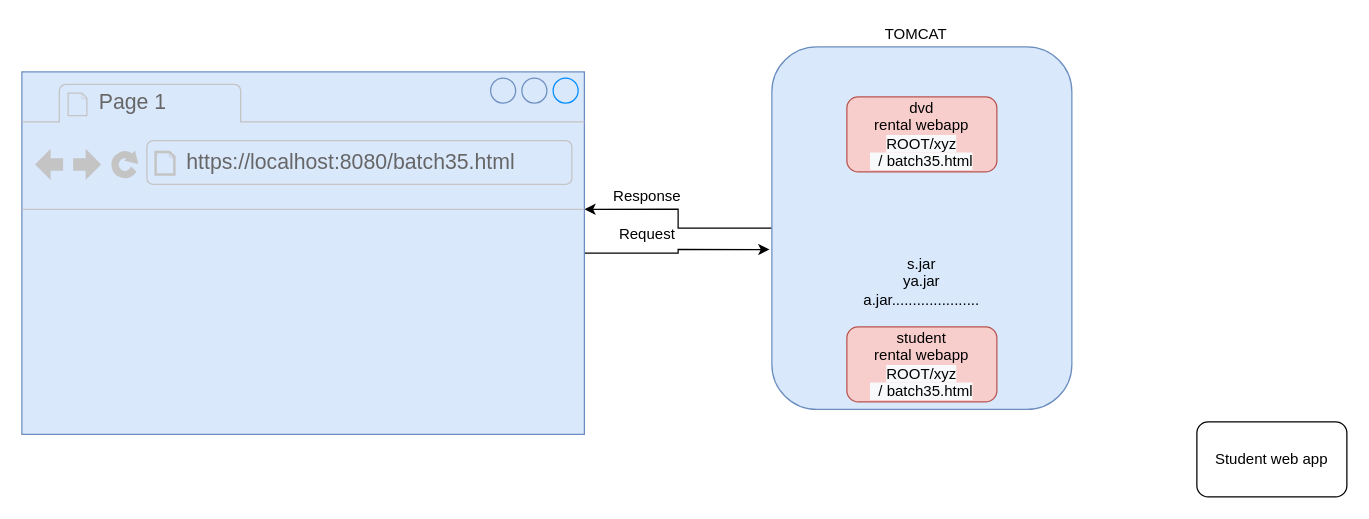
The draw.io diagram page "Tomcat" (8 of 9) of Batch35_Draw.io.drawio in jayramrout/batch35, before the edit. Source tidied: cells renumbered, new cells numbered last; positions are measured from the earlier drawing's top-left corner, leaving out a move shared by most shapes. Both pictures are drawn from the tidied source at 125%, with x=0, y=0 at pixel (21, 21).
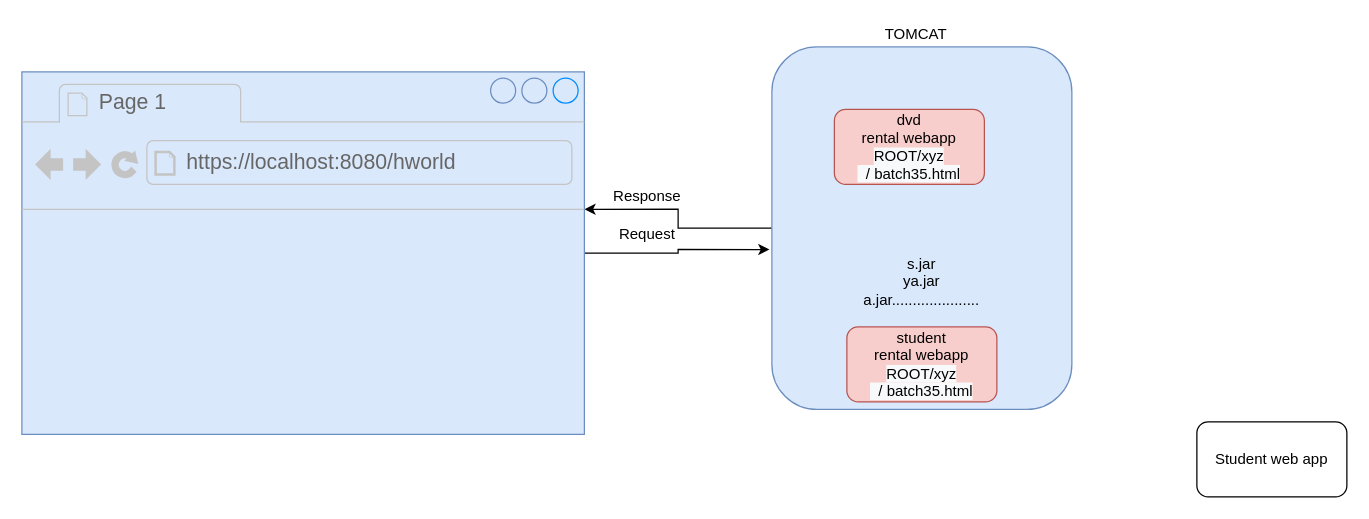
The same diagram, later.

What changed in the source:
```diff
@@
 <mxGraphModel>
   <root>
     <mxCell id="0" />
     <mxCell id="1" parent="0" />
     <mxCell id="2" style="edgeStyle=orthogonalEdgeStyle;rounded=0;jettySize=auto;html=1;entryX=1;entryY=0.379;entryDx=0;entryDy=0;entryPerimeter=0;" parent="1" edge="1" source="3" target="6">
       <mxGeometry relative="1" as="geometry" />
     </mxCell>
     <mxCell id="3" value="&lt;br&gt;&lt;br&gt;&lt;br&gt;&lt;br&gt;&lt;br&gt;&lt;br&gt;s.jar&lt;br&gt;ya.jar&lt;br&gt;a.jar....................." style="rounded=1;whiteSpace=wrap;html=1;fillColor=#dae8fc;strokeColor=#6c8ebf;" parent="1" vertex="1">
       <mxGeometry x="600" y="20" width="240" height="290" as="geometry" />
     </mxCell>
     <mxCell id="4" value="TOMCAT" style="text;html=1;align=center;verticalAlign=middle;" parent="1" vertex="1">
       <mxGeometry x="680" width="70" height="20" as="geometry" />
     </mxCell>
     <mxCell id="5" style="edgeStyle=orthogonalEdgeStyle;rounded=0;jettySize=auto;html=1;entryX=-0.008;entryY=0.559;entryDx=0;entryDy=0;entryPerimeter=0;" parent="1" edge="1" source="6" target="3">
       <mxGeometry relative="1" as="geometry" />
     </mxCell>
     <mxCell id="6" style="strokeWidth=1;shadow=0;dashed=0;align=center;html=1;shape=mxgraph.mockup.containers.browserWindow;rSize=0;strokeColor=#6c8ebf;strokeColor2=#008cff;strokeColor3=#c4c4c4;mainText=,;fillColor=#dae8fc;" parent="1" vertex="1">
       <mxGeometry y="40" width="450" height="290" as="geometry" />
     </mxCell>
     <mxCell id="7" value="Page 1" style="strokeWidth=1;shadow=0;dashed=0;align=center;html=1;shape=mxgraph.mockup.containers.anchor;fontSize=17;fontColor=#666666;align=left;" parent="6" vertex="1">
       <mxGeometry x="60" y="12" width="110" height="26" as="geometry" />
     </mxCell>
-    <mxCell id="8" value="https://localhost:8080/batch35.html" style="strokeWidth=1;shadow=0;dashed=0;align=center;html=1;shape=mxgraph.mockup.containers.anchor;rSize=0;fontSize=17;fontColor=#666666;align=left;" parent="6" vertex="1">
+    <mxCell id="8" value="https://localhost:8080/hworld" style="strokeWidth=1;shadow=0;dashed=0;align=center;html=1;shape=mxgraph.mockup.containers.anchor;rSize=0;fontSize=17;fontColor=#666666;align=left;" parent="6" vertex="1">
       <mxGeometry x="130" y="60" width="250" height="26" as="geometry" />
     </mxCell>
     <mxCell id="9" value="dvd&lt;br&gt;rental webapp&lt;br&gt;&lt;span style=&quot;color: rgb(0 , 0 , 0) ; font-family: &amp;#34;helvetica&amp;#34; ; font-size: 12px ; font-style: normal ; font-weight: 400 ; letter-spacing: normal ; text-align: center ; text-indent: 0px ; text-transform: none ; word-spacing: 0px ; background-color: rgb(248 , 249 , 250) ; display: inline ; float: none&quot;&gt;ROOT/xyz&lt;/span&gt;&lt;br style=&quot;color: rgb(0 , 0 , 0) ; font-family: &amp;#34;helvetica&amp;#34; ; font-size: 12px ; font-style: normal ; font-weight: 400 ; letter-spacing: normal ; text-align: center ; text-indent: 0px ; text-transform: none ; word-spacing: 0px ; background-color: rgb(248 , 249 , 250)&quot;&gt;&lt;span style=&quot;color: rgb(0 , 0 , 0) ; font-family: &amp;#34;helvetica&amp;#34; ; font-size: 12px ; font-style: normal ; font-weight: 400 ; letter-spacing: normal ; text-align: center ; text-indent: 0px ; text-transform: none ; word-spacing: 0px ; background-color: rgb(248 , 249 , 250) ; display: inline ; float: none&quot;&gt;&amp;nbsp; / batch35.html&lt;/span&gt;" style="rounded=1;whiteSpace=wrap;html=1;fillColor=#f8cecc;strokeColor=#b85450;" parent="1" vertex="1">
-      <mxGeometry x="660" y="60" width="120" height="60" as="geometry" />
+      <mxGeometry x="650" y="70" width="120" height="60" as="geometry" />
     </mxCell>
     <mxCell id="10" value="Student web app" style="rounded=1;whiteSpace=wrap;html=1;" parent="1" vertex="1">
       <mxGeometry x="940" y="320" width="120" height="60" as="geometry" />
     </mxCell>
     <mxCell id="11" value="Request" style="text;html=1;align=center;verticalAlign=middle;" parent="1" vertex="1">
       <mxGeometry x="470" y="160" width="60" height="20" as="geometry" />
     </mxCell>
     <mxCell id="12" value="Response" style="text;html=1;align=center;verticalAlign=middle;" parent="1" vertex="1">
       <mxGeometry x="465" y="130" width="70" height="20" as="geometry" />
     </mxCell>
     <mxCell id="13" value="student&lt;br&gt;rental webapp&lt;br&gt;&lt;span style=&quot;color: rgb(0 , 0 , 0) ; font-family: &amp;#34;helvetica&amp;#34; ; font-size: 12px ; font-style: normal ; font-weight: 400 ; letter-spacing: normal ; text-align: center ; text-indent: 0px ; text-transform: none ; word-spacing: 0px ; background-color: rgb(248 , 249 , 250) ; display: inline ; float: none&quot;&gt;ROOT/xyz&lt;/span&gt;&lt;br style=&quot;color: rgb(0 , 0 , 0) ; font-family: &amp;#34;helvetica&amp;#34; ; font-size: 12px ; font-style: normal ; font-weight: 400 ; letter-spacing: normal ; text-align: center ; text-indent: 0px ; text-transform: none ; word-spacing: 0px ; background-color: rgb(248 , 249 , 250)&quot;&gt;&lt;span style=&quot;color: rgb(0 , 0 , 0) ; font-family: &amp;#34;helvetica&amp;#34; ; font-size: 12px ; font-style: normal ; font-weight: 400 ; letter-spacing: normal ; text-align: center ; text-indent: 0px ; text-transform: none ; word-spacing: 0px ; background-color: rgb(248 , 249 , 250) ; display: inline ; float: none&quot;&gt;&amp;nbsp; / batch35.html&lt;/span&gt;" style="rounded=1;whiteSpace=wrap;html=1;fillColor=#f8cecc;strokeColor=#b85450;" parent="1" vertex="1">
       <mxGeometry x="660" y="244" width="120" height="60" as="geometry" />
     </mxCell>
   </root>
 </mxGraphModel>
```
